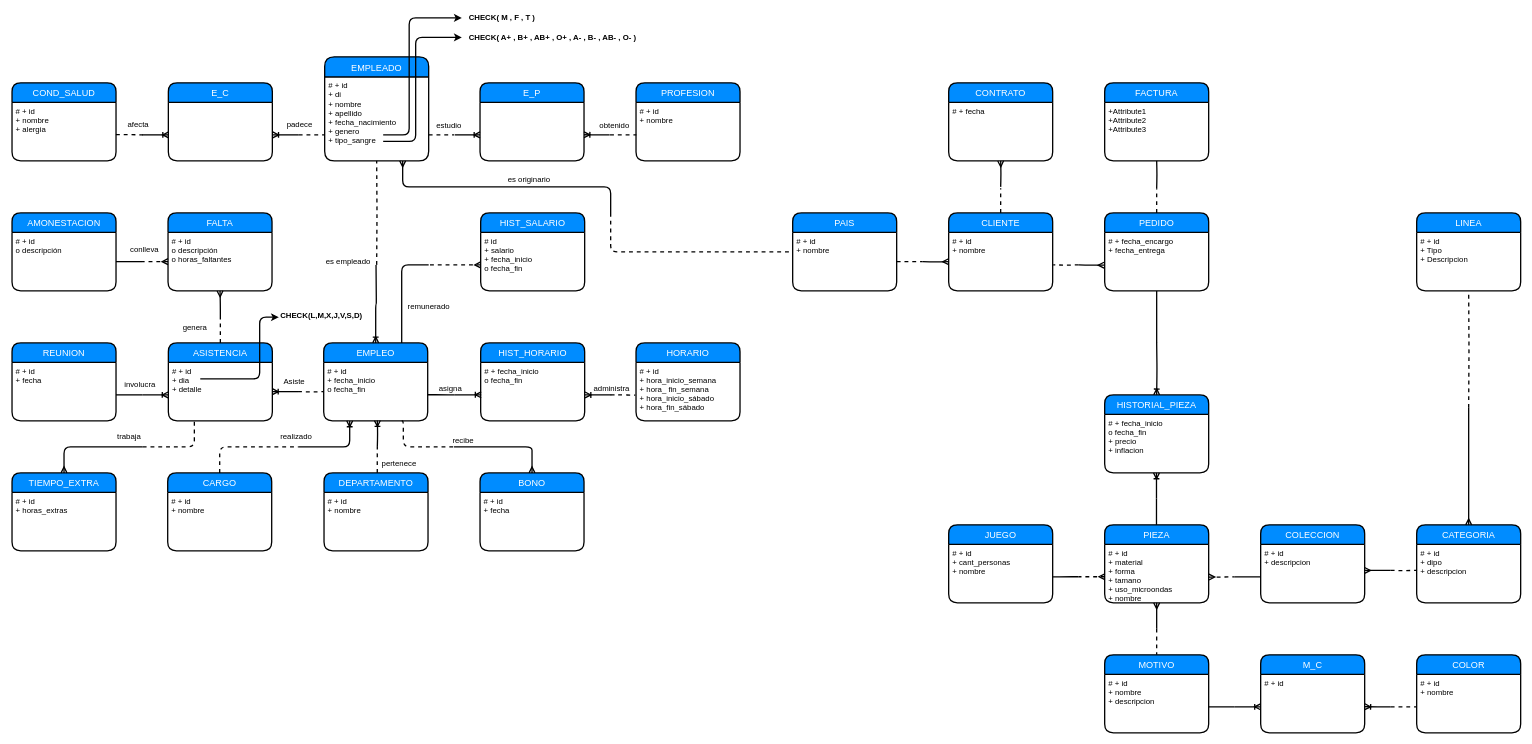
Above: Documentos/Rubrica1/MER.drawio in gctv01/BD1Project2019 (draw.io), before the change. Source tidied: cells renumbered, new cells numbered last; positions are measured from the earlier drawing's top-left corner, leaving out a move shared by most shapes. Both pictures are drawn from the tidied source at 65%, with x=0, y=0 at pixel (12, 11).
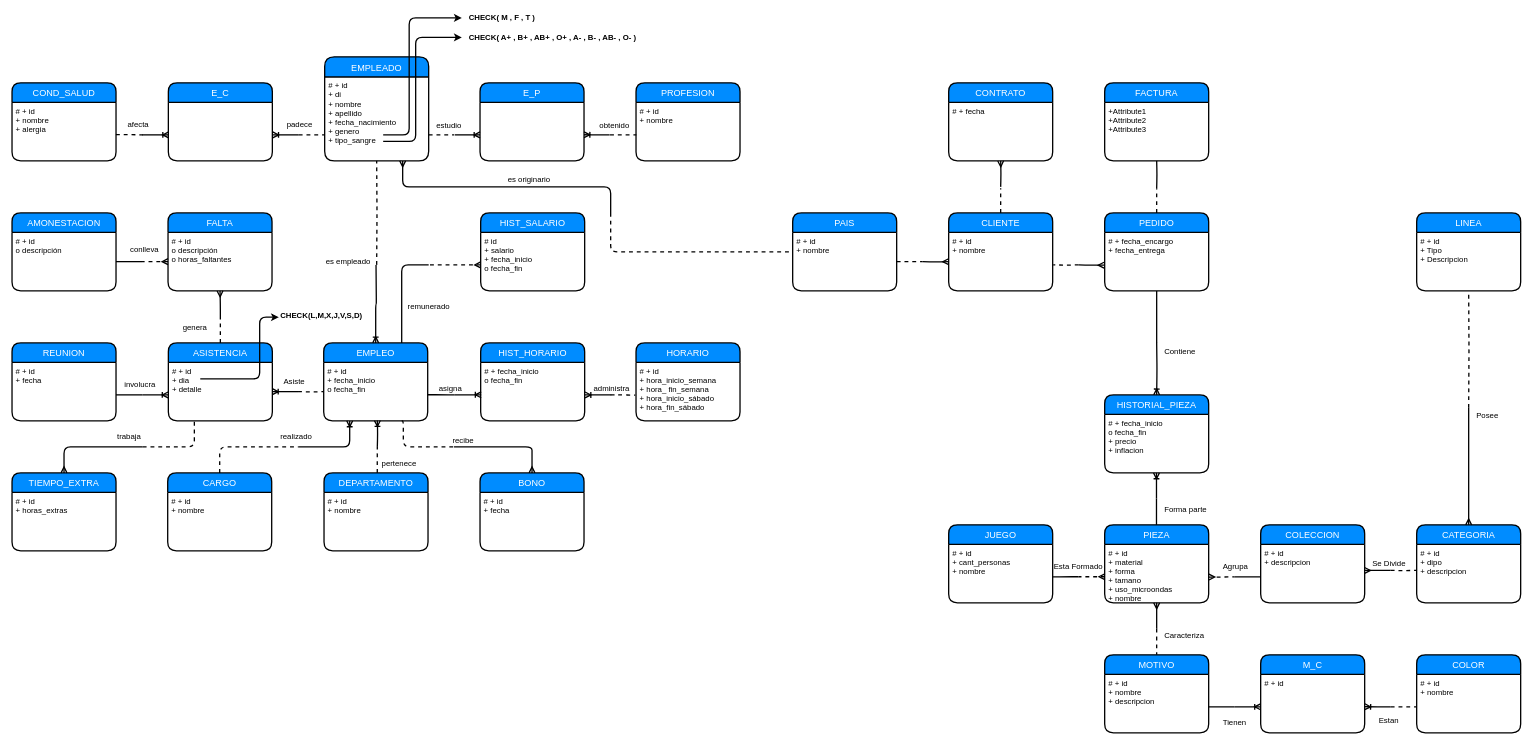
After the change.

Commit message:
Nombre las relacion catalogo

Change to the diagram source:
```diff
@@
+    <mxCell id="145" value="Esta Formado" style="text;html=1;align=left;verticalAlign=top;spacingTop=-4;" parent="1" vertex="1">
+      <mxGeometry x="1601" y="845" width="90" height="20" as="geometry" />
+    </mxCell>
+    <mxCell id="146" value="Agrupa" style="text;html=1;align=left;verticalAlign=top;spacingTop=-4;" parent="1" vertex="1">
+      <mxGeometry x="1861" y="845" width="50" height="20" as="geometry" />
+    </mxCell>
+    <mxCell id="147" value="Se Divide" style="text;html=1;align=left;verticalAlign=top;spacingTop=-4;" parent="1" vertex="1">
+      <mxGeometry x="2091" y="840" width="70" height="20" as="geometry" />
+    </mxCell>
+    <mxCell id="148" value="Estan" style="text;html=1;align=left;verticalAlign=top;spacingTop=-4;" parent="1" vertex="1">
+      <mxGeometry x="2101" y="1081" width="50" height="20" as="geometry" />
+    </mxCell>
+    <mxCell id="149" value="Tienen" style="text;html=1;align=left;verticalAlign=top;spacingTop=-4;" parent="1" vertex="1">
+      <mxGeometry x="1861" y="1084" width="50" height="20" as="geometry" />
+    </mxCell>
+    <mxCell id="150" value="Caracteriza" style="text;html=1;align=left;verticalAlign=top;spacingTop=-4;" parent="1" vertex="1">
+      <mxGeometry x="1771" y="951" width="80" height="20" as="geometry" />
+    </mxCell>
+    <mxCell id="151" value="Posee" style="text;html=1;align=left;verticalAlign=top;spacingTop=-4;" parent="1" vertex="1">
+      <mxGeometry x="2251" y="612" width="50" height="20" as="geometry" />
+    </mxCell>
+    <mxCell id="152" value="Contiene" style="text;html=1;align=left;verticalAlign=top;spacingTop=-4;" parent="1" vertex="1">
+      <mxGeometry x="1771" y="514" width="60" height="20" as="geometry" />
+    </mxCell>
+    <mxCell id="153" value="Forma parte" style="text;html=1;align=left;verticalAlign=top;spacingTop=-4;" parent="1" vertex="1">
+      <mxGeometry x="1771" y="757" width="80" height="20" as="geometry" />
+    </mxCell>
```
